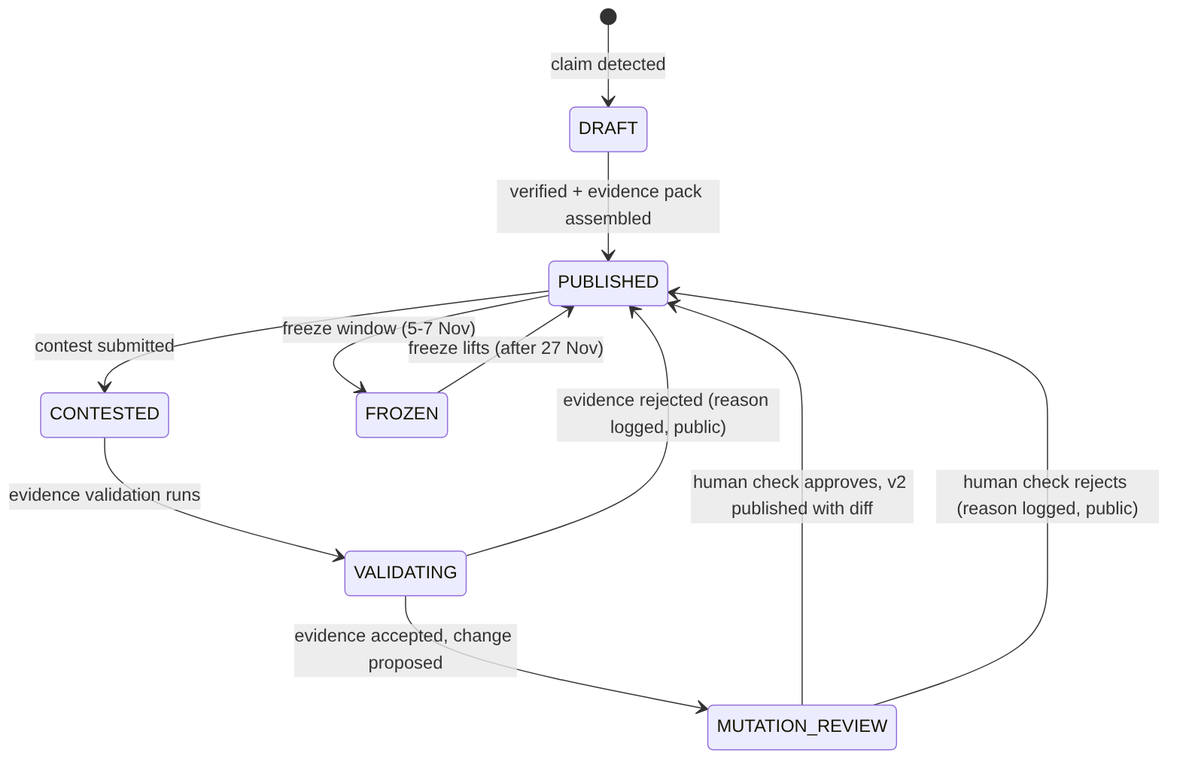
This is docs/diagrams/verdict-lifecycle.png from bradleyscott/claimwatch-nz, a Mermaid export, as it was before one commit. Its source is kept beside it as docs/diagrams/verdict-lifecycle.mmd.
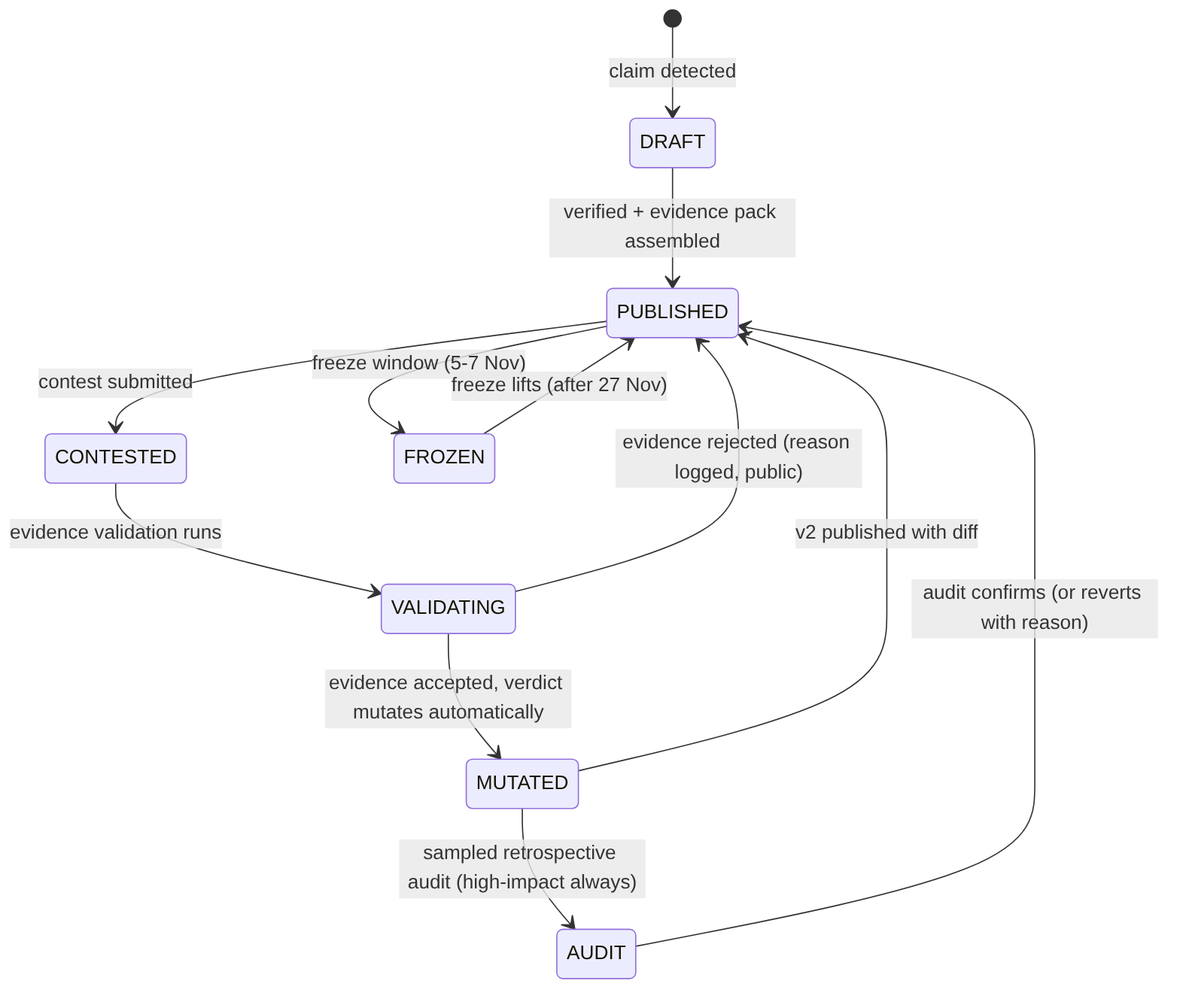
After the change.

Commit message:
docs(adr-0013): Drizzle ORM + drizzle-kit for schema and migrations; ADR-0005/ARCHITECTURE/diagrams aligned to automated mutation

What changed in the source:
```diff
@@ -4,8 +4,9 @@
     PUBLISHED --> CONTESTED: contest submitted
     CONTESTED --> VALIDATING: evidence validation runs
     VALIDATING --> PUBLISHED: evidence rejected (reason logged, public)
-    VALIDATING --> MUTATION_REVIEW: evidence accepted, change proposed
-    MUTATION_REVIEW --> PUBLISHED: human check approves, v2 published with diff
-    MUTATION_REVIEW --> PUBLISHED: human check rejects (reason logged, public)
+    VALIDATING --> MUTATED: evidence accepted, verdict mutates automatically
+    MUTATED --> PUBLISHED: v2 published with diff
+    MUTATED --> AUDIT: sampled retrospective audit (high-impact always)
+    AUDIT --> PUBLISHED: audit confirms (or reverts with reason)
     PUBLISHED --> FROZEN: freeze window (5-7 Nov)
     FROZEN --> PUBLISHED: freeze lifts (after 27 Nov)
```
